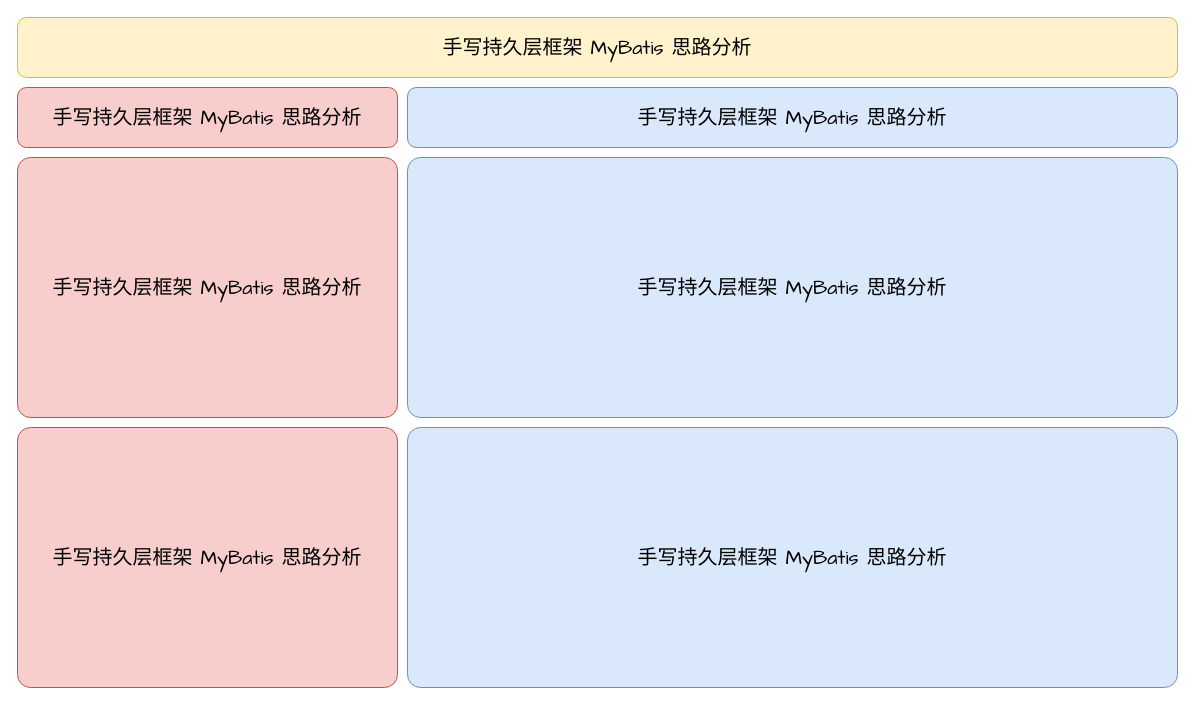
BanTanger/small-mybatis-bantanger keeps this draw.io diagram as page "第 3 页" (3 of 3) of 手写MyBatis.drawio. Above is the earlier version. Source tidied: cells renumbered, new cells numbered last; positions are measured from the earlier drawing's top-left corner, leaving out a move shared by most shapes. Both pictures are drawn from the tidied source at 100%, with x=0, y=0 at pixel (17, 17).
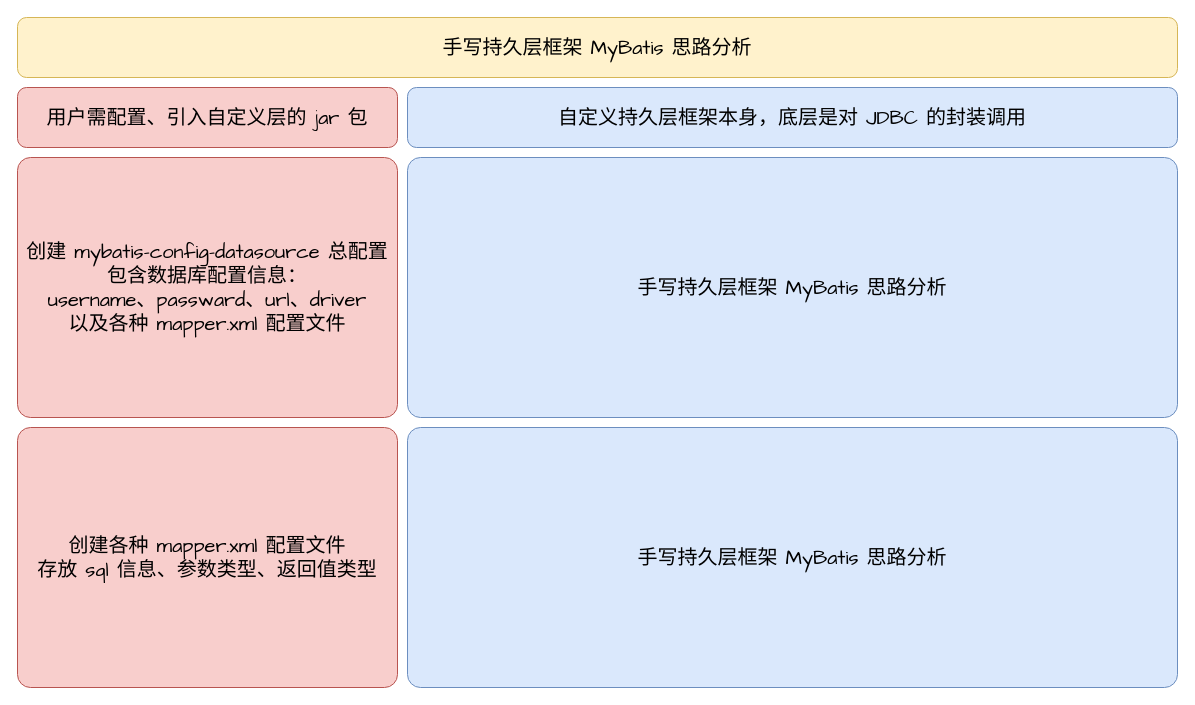
Above is the later version.

Diff of the diagram source:
```diff
@@
 <mxGraphModel>
   <root>
     <mxCell id="0" />
     <mxCell id="1" parent="0" />
     <mxCell id="2" value="&lt;font face=&quot;Comic Sans MS&quot; style=&quot;font-size: 20px;&quot;&gt;手写持久层框架 MyBatis 思路分析&lt;/font&gt;" style="rounded=1;whiteSpace=wrap;html=1;fillColor=#fff2cc;strokeColor=#d6b656;" parent="1" vertex="1">
       <mxGeometry width="1160" height="60" as="geometry" />
     </mxCell>
-    <mxCell id="3" value="&lt;font face=&quot;Comic Sans MS&quot; style=&quot;font-size: 20px;&quot;&gt;手写持久层框架 MyBatis 思路分析&lt;/font&gt;" style="rounded=1;whiteSpace=wrap;html=1;fillColor=#f8cecc;strokeColor=#b85450;" parent="1" vertex="1">
+    <mxCell id="3" value="&lt;font face=&quot;Comic Sans MS&quot;&gt;&lt;span style=&quot;font-size: 20px;&quot;&gt;用户需配置、引入自定义层的 jar 包&lt;/span&gt;&lt;/font&gt;" style="rounded=1;whiteSpace=wrap;html=1;fillColor=#f8cecc;strokeColor=#b85450;" parent="1" vertex="1">
       <mxGeometry y="70" width="380" height="60" as="geometry" />
     </mxCell>
-    <mxCell id="4" value="&lt;font face=&quot;Comic Sans MS&quot; style=&quot;font-size: 20px;&quot;&gt;手写持久层框架 MyBatis 思路分析&lt;/font&gt;" style="rounded=1;whiteSpace=wrap;html=1;fillColor=#dae8fc;strokeColor=#6c8ebf;" parent="1" vertex="1">
+    <mxCell id="4" value="&lt;font face=&quot;Comic Sans MS&quot; style=&quot;font-size: 20px;&quot;&gt;自定义持久层框架本身，底层是对 JDBC 的封装调用&lt;/font&gt;" style="rounded=1;whiteSpace=wrap;html=1;fillColor=#dae8fc;strokeColor=#6c8ebf;" parent="1" vertex="1">
       <mxGeometry x="390" y="70" width="770" height="60" as="geometry" />
     </mxCell>
-    <mxCell id="5" value="&lt;font face=&quot;Comic Sans MS&quot; style=&quot;font-size: 20px;&quot;&gt;手写持久层框架 MyBatis 思路分析&lt;/font&gt;" style="rounded=1;whiteSpace=wrap;html=1;fillColor=#f8cecc;strokeColor=#b85450;arcSize=5;" parent="1" vertex="1">
+    <mxCell id="5" value="&lt;font face=&quot;Comic Sans MS&quot;&gt;&lt;span style=&quot;font-size: 20px;&quot;&gt;创建 mybatis-config-datasource 总配置&lt;br&gt;包含数据库配置信息：&lt;br&gt;username、passward、url、driver&lt;br&gt;以及各种 mapper.xml 配置文件&lt;br&gt;&lt;/span&gt;&lt;/font&gt;" style="rounded=1;whiteSpace=wrap;html=1;fillColor=#f8cecc;strokeColor=#b85450;arcSize=5;" parent="1" vertex="1">
       <mxGeometry y="140" width="380" height="260" as="geometry" />
     </mxCell>
-    <mxCell id="6" value="&lt;font face=&quot;Comic Sans MS&quot; style=&quot;font-size: 20px;&quot;&gt;手写持久层框架 MyBatis 思路分析&lt;/font&gt;" style="rounded=1;whiteSpace=wrap;html=1;fillColor=#f8cecc;strokeColor=#b85450;arcSize=5;" parent="1" vertex="1">
+    <mxCell id="6" value="&lt;font face=&quot;Comic Sans MS&quot;&gt;&lt;span style=&quot;font-size: 20px;&quot;&gt;创建各种 mapper.xml 配置文件&lt;br&gt;存放 sql 信息、参数类型、返回值类型&lt;br&gt;&lt;/span&gt;&lt;/font&gt;" style="rounded=1;whiteSpace=wrap;html=1;fillColor=#f8cecc;strokeColor=#b85450;arcSize=5;" parent="1" vertex="1">
       <mxGeometry y="410" width="380" height="260" as="geometry" />
     </mxCell>
     <mxCell id="7" value="&lt;font face=&quot;Comic Sans MS&quot; style=&quot;font-size: 20px;&quot;&gt;手写持久层框架 MyBatis 思路分析&lt;/font&gt;" style="rounded=1;whiteSpace=wrap;html=1;fillColor=#dae8fc;strokeColor=#6c8ebf;arcSize=5;" parent="1" vertex="1">
       <mxGeometry x="390" y="140" width="770" height="260" as="geometry" />
     </mxCell>
     <mxCell id="8" value="&lt;font face=&quot;Comic Sans MS&quot; style=&quot;font-size: 20px;&quot;&gt;手写持久层框架 MyBatis 思路分析&lt;/font&gt;" style="rounded=1;whiteSpace=wrap;html=1;fillColor=#dae8fc;strokeColor=#6c8ebf;arcSize=5;" parent="1" vertex="1">
       <mxGeometry x="390" y="410" width="770" height="260" as="geometry" />
     </mxCell>
   </root>
 </mxGraphModel>
```
